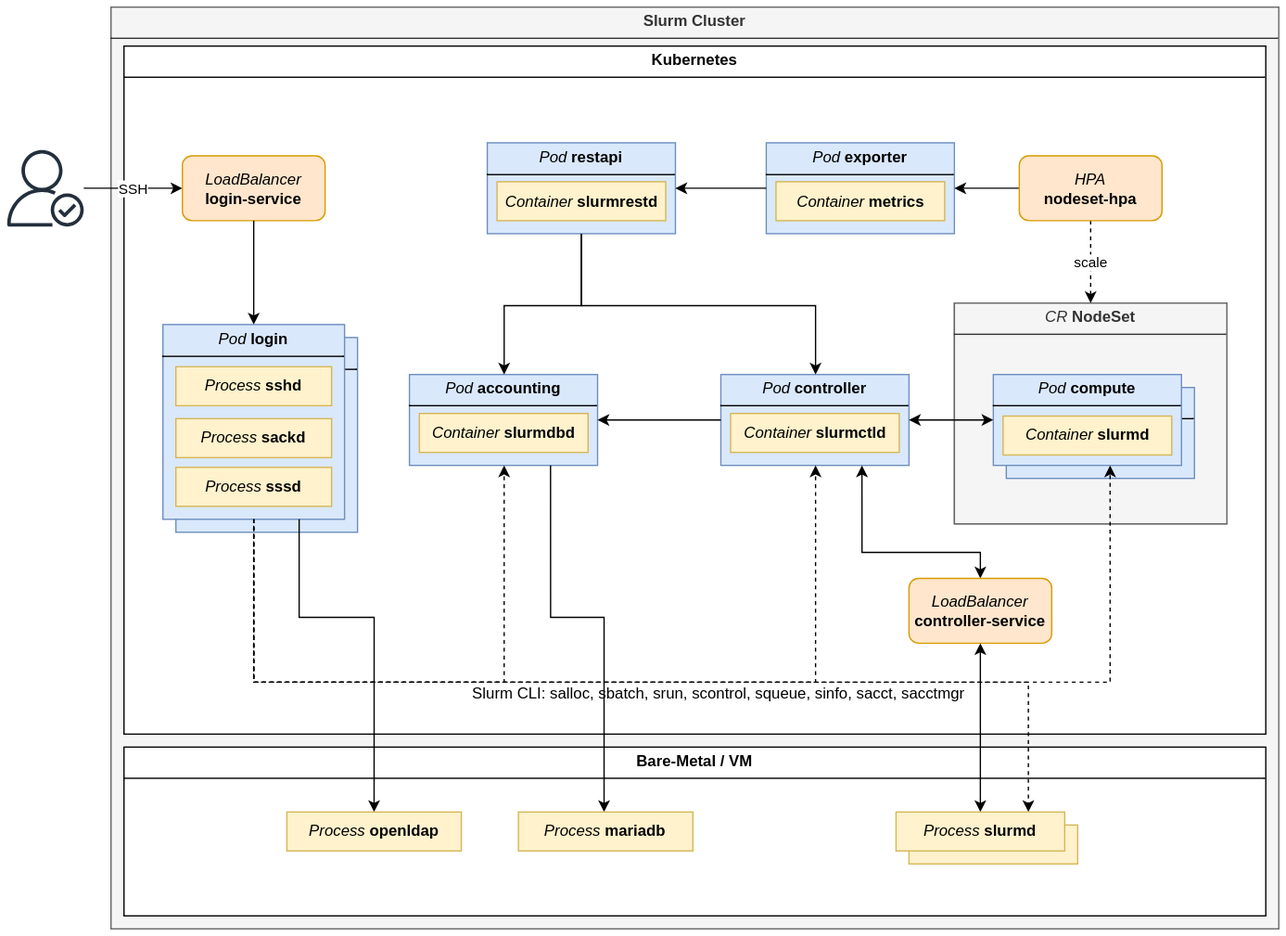
The draw.io diagram docs/_static/images/architecture-slurm-hybrid.svg in whaili/slurm-operator, before a commit. Source tidied: cells renumbered, new cells last; positions are measured from the earlier drawing's top-left corner, leaving out a move shared by most shapes.
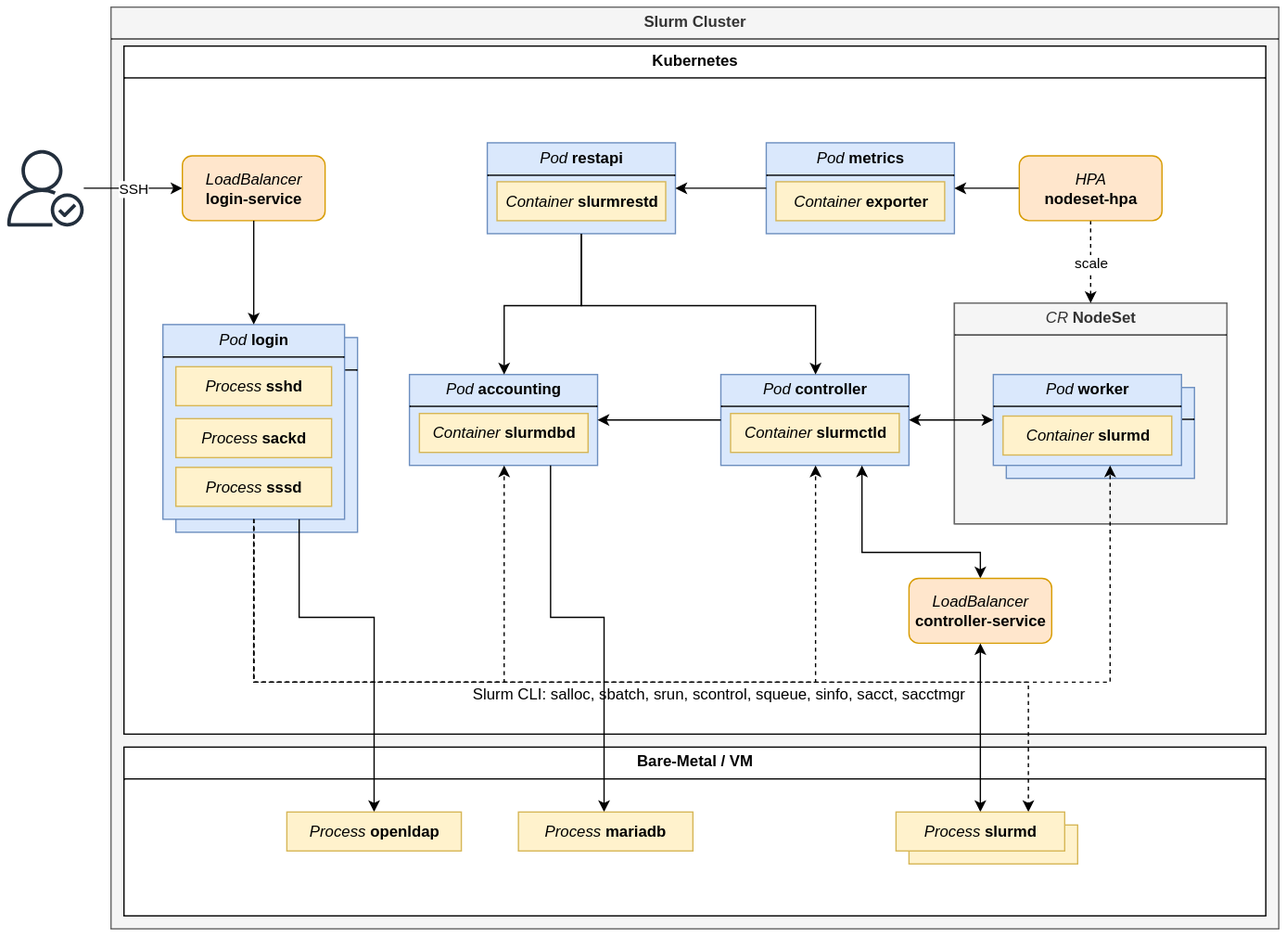
Above is the later version.

What changed in the source:
```diff
@@ -151,10 +151,10 @@
     <mxCell id="37" style="group;" parent="1" vertex="1">
       <mxGeometry x="585" y="104.5" width="145" height="70" as="geometry" />
     </mxCell>
-    <mxCell id="38" value="&lt;p style=&quot;margin:0px;margin-top:4px;text-align:center;&quot;&gt;&lt;i&gt;Pod&lt;/i&gt;&amp;nbsp;&lt;b&gt;exporter&lt;/b&gt;&lt;/p&gt;&lt;hr size=&quot;1&quot; style=&quot;border-style:solid;&quot;&gt;&lt;div style=&quot;height: 2px; padding: 0px 0px 2px; margin: 0px;&quot;&gt;&lt;br&gt;&lt;/div&gt;" style="verticalAlign=top;align=left;overflow=fill;html=1;whiteSpace=wrap;fillColor=#dae8fc;strokeColor=#6c8ebf;gradientColor=none;enumerate=0;comic=0;" parent="37" vertex="1">
+    <mxCell id="38" value="&lt;p style=&quot;margin:0px;margin-top:4px;text-align:center;&quot;&gt;&lt;i&gt;Pod&lt;/i&gt;&amp;nbsp;&lt;b&gt;metrics&lt;/b&gt;&lt;/p&gt;&lt;hr size=&quot;1&quot; style=&quot;border-style:solid;&quot;&gt;&lt;div style=&quot;height: 2px; padding: 0px 0px 2px; margin: 0px;&quot;&gt;&lt;br&gt;&lt;/div&gt;" style="verticalAlign=top;align=left;overflow=fill;html=1;whiteSpace=wrap;fillColor=#dae8fc;strokeColor=#6c8ebf;gradientColor=none;enumerate=0;comic=0;" parent="37" vertex="1">
       <mxGeometry width="145" height="70" as="geometry" />
     </mxCell>
-    <mxCell id="39" value="&lt;i&gt;Container&lt;/i&gt;&amp;nbsp;&lt;b&gt;metrics&lt;/b&gt;" style="rounded=0;whiteSpace=wrap;html=1;fillColor=#fff2cc;strokeColor=#d6b656;align=center;textShadow=0;labelBorderColor=none;labelBackgroundColor=none;" parent="37" vertex="1">
+    <mxCell id="39" value="&lt;i&gt;Container&lt;/i&gt;&amp;nbsp;&lt;b&gt;exporter&lt;/b&gt;" style="rounded=0;whiteSpace=wrap;html=1;fillColor=#fff2cc;strokeColor=#d6b656;align=center;textShadow=0;labelBorderColor=none;labelBackgroundColor=none;" parent="37" vertex="1">
       <mxGeometry x="7.5" y="30" width="130" height="30" as="geometry" />
     </mxCell>
     <mxCell id="40" style="edgeStyle=orthogonalEdgeStyle;rounded=0;jettySize=auto;html=1;" parent="1" edge="1" source="38" target="22">
@@ -169,13 +169,13 @@
     <mxCell id="43" style="group;" parent="41" vertex="1">
       <mxGeometry x="40" y="65" width="145" height="70" as="geometry" />
     </mxCell>
-    <mxCell id="44" value="&lt;p style=&quot;margin:0px;margin-top:4px;text-align:center;&quot;&gt;&lt;i&gt;Pod&lt;/i&gt;&amp;nbsp;&lt;b&gt;compute&lt;/b&gt;&lt;/p&gt;&lt;hr size=&quot;1&quot; style=&quot;border-style:solid;&quot;&gt;&lt;div style=&quot;height: 2px; padding: 0px 0px 2px; margin: 0px;&quot;&gt;&lt;br&gt;&lt;/div&gt;" style="verticalAlign=top;align=left;overflow=fill;html=1;whiteSpace=wrap;fillColor=#dae8fc;strokeColor=#6c8ebf;gradientColor=none;enumerate=0;comic=0;" parent="43" vertex="1">
+    <mxCell id="44" value="&lt;p style=&quot;margin:0px;margin-top:4px;text-align:center;&quot;&gt;&lt;i&gt;Pod&lt;/i&gt;&amp;nbsp;&lt;b&gt;worker&lt;/b&gt;&lt;/p&gt;&lt;hr size=&quot;1&quot; style=&quot;border-style:solid;&quot;&gt;&lt;div style=&quot;height: 2px; padding: 0px 0px 2px; margin: 0px;&quot;&gt;&lt;br&gt;&lt;/div&gt;" style="verticalAlign=top;align=left;overflow=fill;html=1;whiteSpace=wrap;fillColor=#dae8fc;strokeColor=#6c8ebf;gradientColor=none;enumerate=0;comic=0;" parent="43" vertex="1">
       <mxGeometry width="145" height="70" as="geometry" />
     </mxCell>
     <mxCell id="45" style="group;" parent="43" vertex="1">
       <mxGeometry x="-10" y="-10" width="145" height="70" as="geometry" />
     </mxCell>
-    <mxCell id="46" value="&lt;p style=&quot;margin:0px;margin-top:4px;text-align:center;&quot;&gt;&lt;i&gt;Pod&lt;/i&gt;&amp;nbsp;&lt;b&gt;compute&lt;/b&gt;&lt;/p&gt;&lt;hr size=&quot;1&quot; style=&quot;border-style:solid;&quot;&gt;&lt;div style=&quot;height: 2px; padding: 0px 0px 2px; margin: 0px;&quot;&gt;&lt;br&gt;&lt;/div&gt;" style="verticalAlign=top;align=left;overflow=fill;html=1;whiteSpace=wrap;fillColor=#dae8fc;strokeColor=#6c8ebf;gradientColor=none;enumerate=0;comic=0;" parent="45" vertex="1">
+    <mxCell id="46" value="&lt;p style=&quot;margin:0px;margin-top:4px;text-align:center;&quot;&gt;&lt;i&gt;Pod&lt;/i&gt;&amp;nbsp;&lt;b&gt;worker&lt;/b&gt;&lt;/p&gt;&lt;hr size=&quot;1&quot; style=&quot;border-style:solid;&quot;&gt;&lt;div style=&quot;height: 2px; padding: 0px 0px 2px; margin: 0px;&quot;&gt;&lt;br&gt;&lt;/div&gt;" style="verticalAlign=top;align=left;overflow=fill;html=1;whiteSpace=wrap;fillColor=#dae8fc;strokeColor=#6c8ebf;gradientColor=none;enumerate=0;comic=0;" parent="45" vertex="1">
       <mxGeometry width="145" height="70" as="geometry" />
     </mxCell>
     <mxCell id="47" value="&lt;i&gt;Container&lt;/i&gt;&amp;nbsp;&lt;b&gt;slurmd&lt;/b&gt;" style="rounded=0;whiteSpace=wrap;html=1;fillColor=#fff2cc;strokeColor=#d6b656;align=center;textShadow=0;labelBorderColor=none;labelBackgroundColor=none;" parent="45" vertex="1">
```
